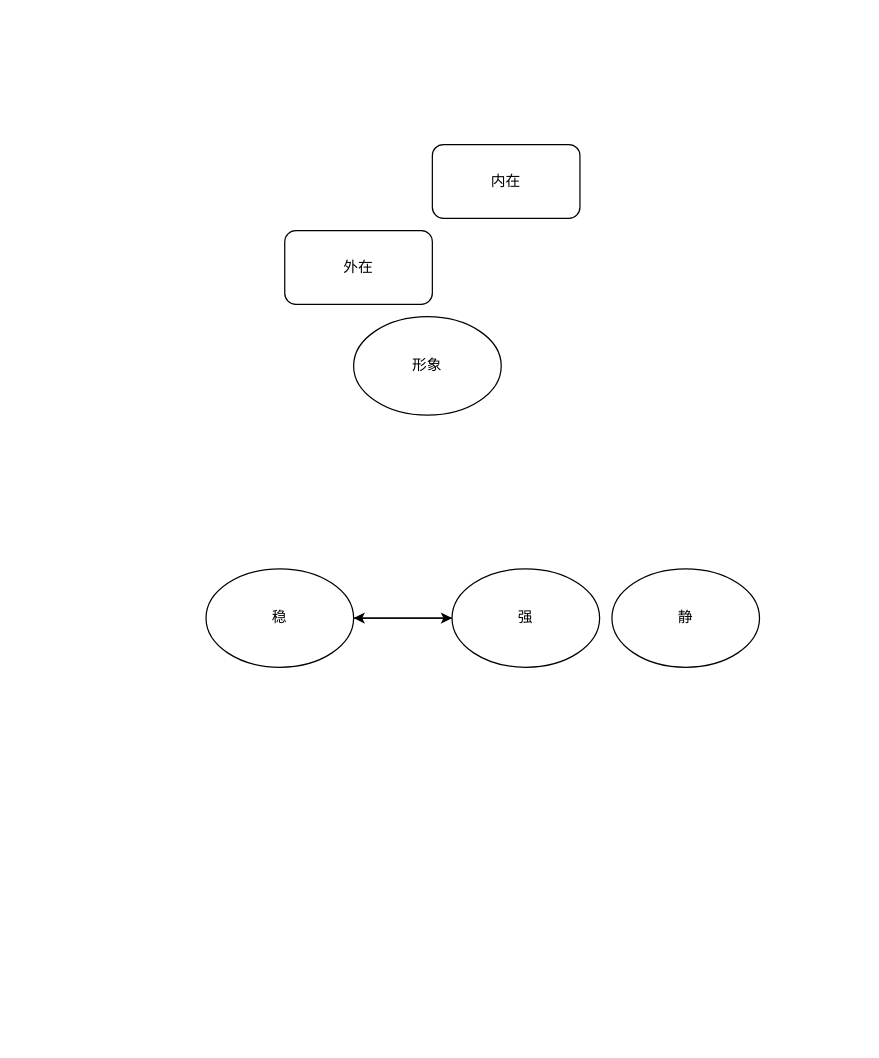
Before: menus/第四代模型.drawio in Asamiyaa/microservice-k8s-yun, a draw.io diagram. Source tidied: cells renumbered, new cells numbered last; positions are measured from the earlier drawing's top-left corner, leaving out a move shared by most shapes. Both pictures are drawn from the tidied source at 123%, with x=0, y=0 at pixel (205, 144).
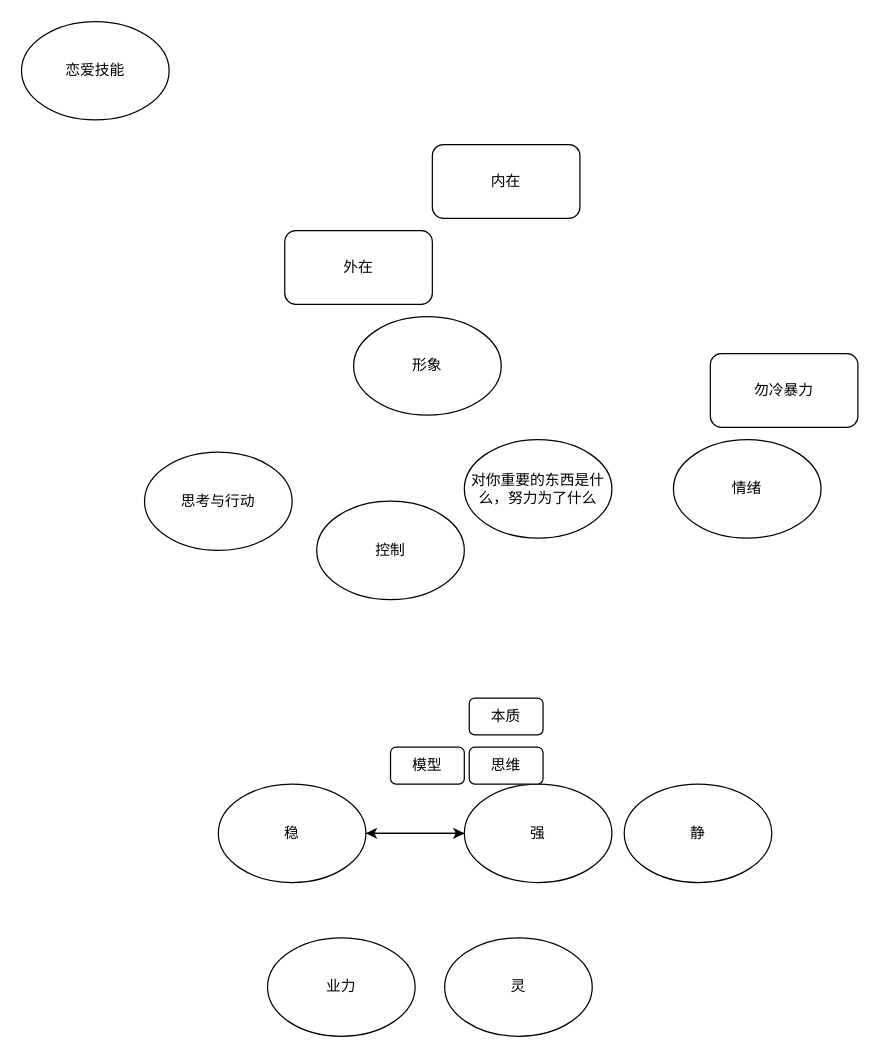
The same diagram, later.

Commit message (it also covers changes not shown here):
更新第四代模型.drawio

The edit, as a diff of the source:
```diff
@@
     <mxCell id="6" value="稳&lt;br&gt;" style="ellipse;whiteSpace=wrap;html=1;" parent="1" vertex="1">
-      <mxGeometry y="345" width="120" height="80" as="geometry" />
+      <mxGeometry x="10" y="520" width="120" height="80" as="geometry" />
     </mxCell>
@@
     <mxCell id="8" value="强" style="ellipse;whiteSpace=wrap;html=1;" parent="1" vertex="1">
-      <mxGeometry x="200" y="345" width="120" height="80" as="geometry" />
+      <mxGeometry x="210" y="520" width="120" height="80" as="geometry" />
     </mxCell>
     <mxCell id="9" value="静" style="ellipse;whiteSpace=wrap;html=1;" parent="1" vertex="1">
-      <mxGeometry x="330" y="345" width="120" height="80" as="geometry" />
+      <mxGeometry x="340" y="520" width="120" height="80" as="geometry" />
     </mxCell>
+    <mxCell id="10" value="灵" style="ellipse;whiteSpace=wrap;html=1;" parent="1" vertex="1">
+      <mxGeometry x="194" y="645" width="120" height="80" as="geometry" />
+    </mxCell>
+    <mxCell id="11" value="恋爱技能" style="ellipse;whiteSpace=wrap;html=1;" parent="1" vertex="1">
+      <mxGeometry x="-150" y="-100" width="120" height="80" as="geometry" />
+    </mxCell>
+    <mxCell id="12" value="思考与行动" style="ellipse;whiteSpace=wrap;html=1;" parent="1" vertex="1">
+      <mxGeometry x="-50" y="250" width="120" height="80" as="geometry" />
+    </mxCell>
+    <mxCell id="13" value="对你重要的东西是什么，努力为了什么" style="ellipse;whiteSpace=wrap;html=1;" parent="1" vertex="1">
+      <mxGeometry x="210" y="240" width="120" height="80" as="geometry" />
+    </mxCell>
+    <mxCell id="14" value="情绪" style="ellipse;whiteSpace=wrap;html=1;" parent="1" vertex="1">
+      <mxGeometry x="380" y="240" width="120" height="80" as="geometry" />
+    </mxCell>
+    <mxCell id="15" value="勿冷暴力" style="rounded=1;whiteSpace=wrap;html=1;" parent="1" vertex="1">
+      <mxGeometry x="410" y="170" width="120" height="60" as="geometry" />
+    </mxCell>
+    <mxCell id="16" value="控制" style="ellipse;whiteSpace=wrap;html=1;" parent="1" vertex="1">
+      <mxGeometry x="90" y="290" width="120" height="80" as="geometry" />
+    </mxCell>
+    <mxCell id="17" value="思维" style="rounded=1;whiteSpace=wrap;html=1;" parent="1" vertex="1">
+      <mxGeometry x="214" y="490" width="60" height="30" as="geometry" />
+    </mxCell>
+    <mxCell id="18" value="模型" style="rounded=1;whiteSpace=wrap;html=1;" parent="1" vertex="1">
+      <mxGeometry x="150" y="490" width="60" height="30" as="geometry" />
+    </mxCell>
+    <mxCell id="19" value="本质" style="rounded=1;whiteSpace=wrap;html=1;" parent="1" vertex="1">
+      <mxGeometry x="214" y="450" width="60" height="30" as="geometry" />
+    </mxCell>
+    <mxCell id="20" value="业力" style="ellipse;whiteSpace=wrap;html=1;" parent="1" vertex="1">
+      <mxGeometry x="50" y="645" width="120" height="80" as="geometry" />
+    </mxCell>
```
